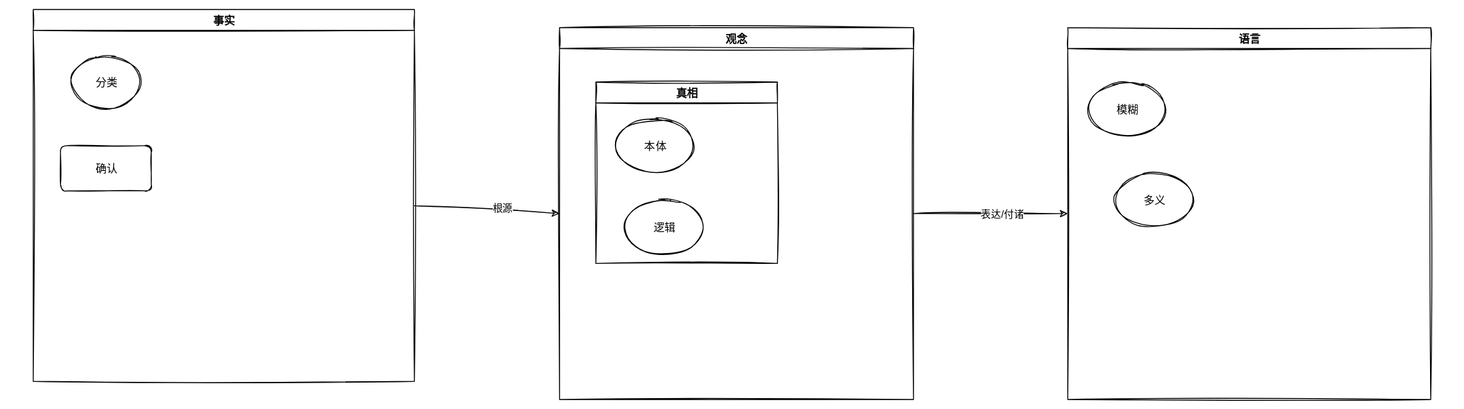
Before: 笔记/工具/哲学/逻辑学/Untitled Diagram.svg, a diagram exported from draw.io (Echo-Yanglulu/obsidianPrivateNote). Source tidied: cells renumbered, new cells last; positions are measured from the earlier drawing's top-left corner, leaving out a move shared by most shapes.
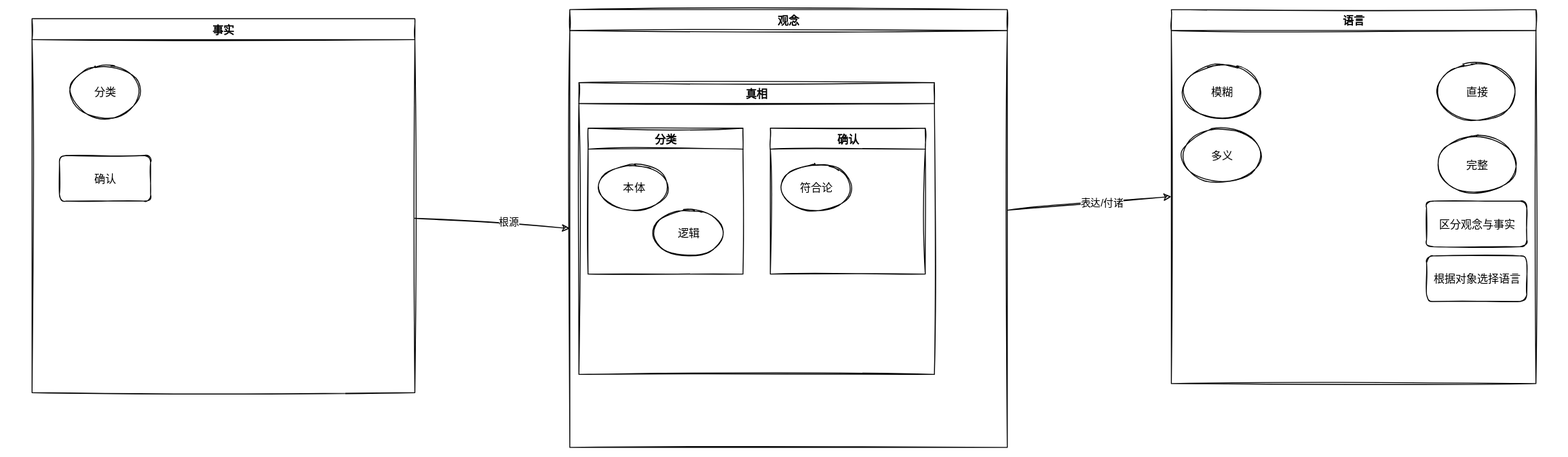
After the commit.

Change to the diagram source:
```diff
@@ -24,25 +24,46 @@
       <mxGeometry x="0.14" relative="1" as="geometry" />
     </mxCell>
     <mxCell id="9" value="观念" style="swimlane;" parent="1" vertex="1">
-      <mxGeometry x="580" y="20" width="390" height="410" as="geometry" />
+      <mxGeometry x="590" y="-10" width="480" height="480" as="geometry" />
     </mxCell>
     <mxCell id="10" value="真相" style="swimlane;" parent="9" vertex="1">
-      <mxGeometry x="40" y="60" width="200" height="200" as="geometry" />
+      <mxGeometry x="10" y="80" width="390" height="320" as="geometry" />
     </mxCell>
+    <mxCell id="16" value="分类" style="swimlane;" parent="10" vertex="1">
+      <mxGeometry x="10" y="50" width="170" height="160" as="geometry" />
+    </mxCell>
-    <mxCell id="11" value="本体" style="ellipse;whiteSpace=wrap;html=1;" parent="10" vertex="1">
-      <mxGeometry x="20" y="40" width="90" height="60" as="geometry" />
+    <mxCell id="11" value="本体" style="ellipse;whiteSpace=wrap;html=1;" parent="16" vertex="1">
+      <mxGeometry x="10" y="40" width="80" height="50" as="geometry" />
     </mxCell>
-    <mxCell id="12" value="逻辑" style="ellipse;whiteSpace=wrap;html=1;" parent="10" vertex="1">
-      <mxGeometry x="30" y="130" width="90" height="60" as="geometry" />
+    <mxCell id="12" value="逻辑" style="ellipse;whiteSpace=wrap;html=1;" parent="16" vertex="1">
+      <mxGeometry x="70" y="90" width="80" height="50" as="geometry" />
     </mxCell>
+    <mxCell id="17" value="确认" style="swimlane;" parent="10" vertex="1">
+      <mxGeometry x="210" y="50" width="170" height="160" as="geometry" />
+    </mxCell>
+    <mxCell id="18" value="符合论" style="ellipse;whiteSpace=wrap;html=1;" parent="17" vertex="1">
+      <mxGeometry x="10" y="40" width="80" height="50" as="geometry" />
+    </mxCell>
     <mxCell id="13" value="语言" style="swimlane;" parent="1" vertex="1">
-      <mxGeometry x="1140" y="20" width="400" height="410" as="geometry" />
+      <mxGeometry x="1250" y="-10" width="400" height="410" as="geometry" />
     </mxCell>
     <mxCell id="14" value="模糊" style="ellipse;whiteSpace=wrap;html=1;" parent="13" vertex="1">
-      <mxGeometry x="20" y="60" width="90" height="60" as="geometry" />
+      <mxGeometry x="10" y="60" width="90" height="60" as="geometry" />
     </mxCell>
     <mxCell id="15" value="多义" style="ellipse;whiteSpace=wrap;html=1;" parent="13" vertex="1">
-      <mxGeometry x="50" y="160" width="90" height="60" as="geometry" />
+      <mxGeometry x="10" y="130" width="90" height="60" as="geometry" />
     </mxCell>
+    <mxCell id="19" value="直接" style="ellipse;whiteSpace=wrap;html=1;" parent="13" vertex="1">
+      <mxGeometry x="290" y="60" width="90" height="60" as="geometry" />
+    </mxCell>
+    <mxCell id="20" value="完整" style="ellipse;whiteSpace=wrap;html=1;" parent="13" vertex="1">
+      <mxGeometry x="290" y="140" width="90" height="60" as="geometry" />
+    </mxCell>
+    <mxCell id="21" value="区分观念与事实" style="rounded=1;whiteSpace=wrap;html=1;" parent="13" vertex="1">
+      <mxGeometry x="280" y="210" width="110" height="50" as="geometry" />
+    </mxCell>
+    <mxCell id="22" value="根据对象选择语言" style="rounded=1;whiteSpace=wrap;html=1;" parent="13" vertex="1">
+      <mxGeometry x="280" y="270" width="110" height="50" as="geometry" />
+    </mxCell>
   </root>
 </mxGraphModel>
```
